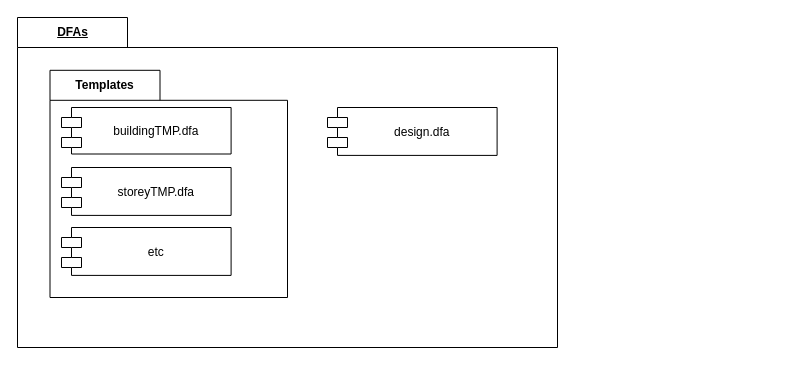
This is page "Package" (9 of 9) of Diagrams/Diagrams.drawio from Hallvaeb/automation-p2-construction-knowledge-base, a draw.io file, before an edit. Source tidied: cells renumbered, new cells numbered last; positions are measured from the earlier drawing's top-left corner, leaving out a move shared by most shapes. Both pictures are drawn from the tidied source at 100%, with x=0, y=0 at pixel (17, 17).
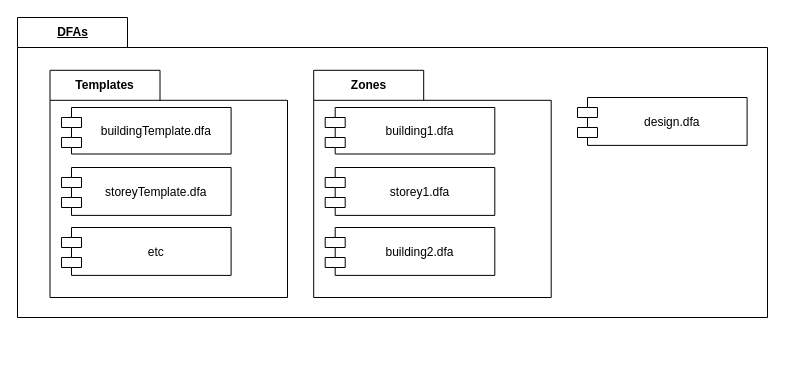
After the change.

Change to the diagram source:
```diff
@@
 <mxGraphModel>
   <root>
     <mxCell id="0" />
     <mxCell id="1" parent="0" />
     <mxCell id="2" value="DFAs" style="shape=folder;fontStyle=5;tabWidth=110;tabHeight=30;tabPosition=left;html=1;boundedLbl=1;labelInHeader=1;" parent="1" vertex="1">
-      <mxGeometry width="540" height="330" as="geometry" />
+      <mxGeometry width="750" height="300" as="geometry" />
     </mxCell>
     <mxCell id="3" value="Templates" style="shape=folder;fontStyle=1;tabWidth=110;tabHeight=30;tabPosition=left;html=1;boundedLbl=1;labelInHeader=1;" parent="1" vertex="1">
       <mxGeometry x="32.5" y="52.8" width="237.5" height="227.2" as="geometry" />
     </mxCell>
-    <mxCell id="4" value="buildingTMP.dfa" style="shape=module;align=center;spacingLeft=20;align=center;verticalAlign=middle;" parent="3" vertex="1">
+    <mxCell id="4" value="buildingTemplate.dfa" style="shape=module;align=center;spacingLeft=20;align=center;verticalAlign=middle;" parent="3" vertex="1">
       <mxGeometry x="11.5" y="37.2" width="169.6" height="46.5" as="geometry" />
     </mxCell>
-    <mxCell id="5" value="storeyTMP.dfa" style="shape=module;align=center;spacingLeft=20;align=center;verticalAlign=middle;" parent="3" vertex="1">
+    <mxCell id="5" value="storeyTemplate.dfa" style="shape=module;align=center;spacingLeft=20;align=center;verticalAlign=middle;" parent="3" vertex="1">
       <mxGeometry x="11.5" y="97.2" width="169.6" height="47.9" as="geometry" />
     </mxCell>
     <mxCell id="6" value="etc" style="shape=module;align=center;spacingLeft=20;align=center;verticalAlign=middle;" parent="3" vertex="1">
       <mxGeometry x="11.5" y="157.2" width="169.6" height="47.9" as="geometry" />
     </mxCell>
     <mxCell id="7" value="design.dfa" style="shape=module;align=center;spacingLeft=20;align=center;verticalAlign=middle;" parent="1" vertex="1">
-      <mxGeometry x="310" y="90" width="169.6" height="47.9" as="geometry" />
+      <mxGeometry x="560" y="80" width="169.6" height="47.9" as="geometry" />
     </mxCell>
+    <mxCell id="8" value="Zones" style="shape=folder;fontStyle=1;tabWidth=110;tabHeight=30;tabPosition=left;html=1;boundedLbl=1;labelInHeader=1;" parent="1" vertex="1">
+      <mxGeometry x="296.2" y="52.8" width="237.5" height="227.2" as="geometry" />
+    </mxCell>
+    <mxCell id="9" value="building1.dfa" style="shape=module;align=center;spacingLeft=20;align=center;verticalAlign=middle;" parent="8" vertex="1">
+      <mxGeometry x="11.5" y="37.2" width="169.6" height="46.5" as="geometry" />
+    </mxCell>
+    <mxCell id="10" value="storey1.dfa" style="shape=module;align=center;spacingLeft=20;align=center;verticalAlign=middle;" parent="8" vertex="1">
+      <mxGeometry x="11.5" y="97.2" width="169.6" height="47.9" as="geometry" />
+    </mxCell>
+    <mxCell id="11" value="building2.dfa" style="shape=module;align=center;spacingLeft=20;align=center;verticalAlign=middle;" parent="8" vertex="1">
+      <mxGeometry x="11.5" y="157.2" width="169.6" height="47.9" as="geometry" />
+    </mxCell>
   </root>
 </mxGraphModel>
```
